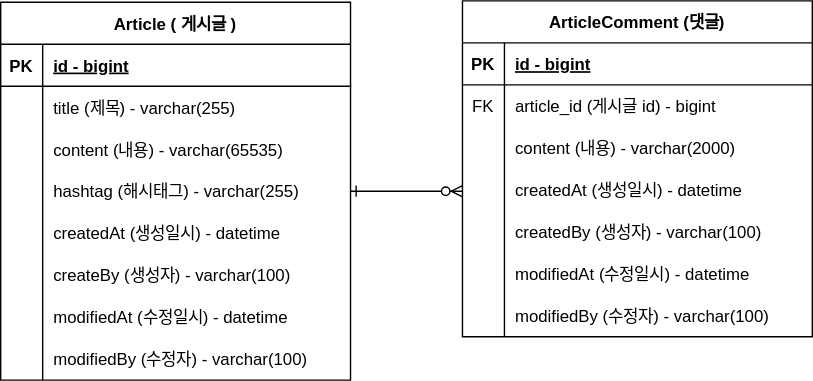
Seo-mihyeon/project-board keeps this draw.io diagram as document/project-board-erd.svg. Above is the earlier version. Source tidied: cells renumbered, new cells last; positions are measured from the earlier drawing's top-left corner, leaving out a move shared by most shapes.
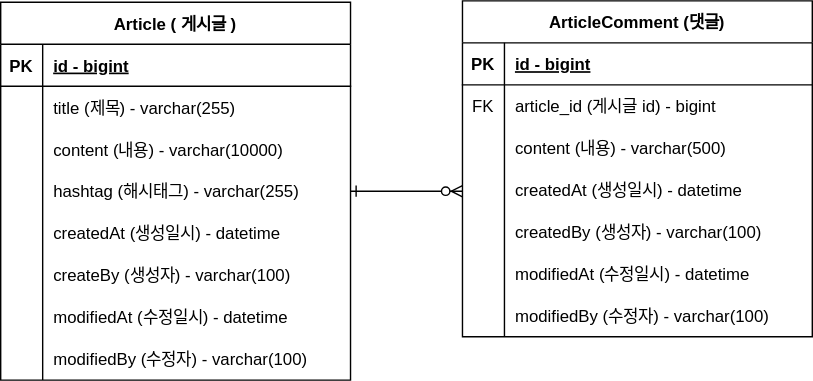
After the change.

Commit message:
#9 - erd 업데이트: content 사이즈 변경

What changed in the source:
```diff
@@ -37,7 +37,7 @@
     <mxCell id="11" style="shape=partialRectangle;overflow=hidden;fillColor=none;top=0;left=0;bottom=0;right=0;" parent="10" vertex="1">
       <mxGeometry width="30" height="30" as="geometry" />
     </mxCell>
-    <mxCell id="12" value="content (내용) - varchar(2000)" style="shape=partialRectangle;overflow=hidden;fillColor=none;top=0;left=0;bottom=0;right=0;align=left;spacingLeft=6;" parent="10" vertex="1">
+    <mxCell id="12" value="content (내용) - varchar(500)" style="shape=partialRectangle;overflow=hidden;fillColor=none;top=0;left=0;bottom=0;right=0;align=left;spacingLeft=6;" parent="10" vertex="1">
       <mxGeometry x="30" width="220" height="30" as="geometry" />
     </mxCell>
     <mxCell id="13" style="shape=partialRectangle;fillColor=none;top=0;left=0;right=0;bottom=0;" parent="3" vertex="1">
@@ -103,7 +103,7 @@
     <mxCell id="33" style="shape=partialRectangle;overflow=hidden;fillColor=none;top=0;left=0;bottom=0;right=0;" parent="32" vertex="1">
       <mxGeometry width="30" height="30" as="geometry" />
     </mxCell>
-    <mxCell id="34" value="content (내용) - varchar(65535)" style="shape=partialRectangle;overflow=hidden;fillColor=none;top=0;left=0;bottom=0;right=0;align=left;spacingLeft=6;" parent="32" vertex="1">
+    <mxCell id="34" value="content (내용) - varchar(10000)" style="shape=partialRectangle;overflow=hidden;fillColor=none;top=0;left=0;bottom=0;right=0;align=left;spacingLeft=6;" parent="32" vertex="1">
       <mxGeometry x="30" width="220" height="30" as="geometry" />
     </mxCell>
     <mxCell id="35" style="shape=partialRectangle;fillColor=none;points=[[0,0.5],[1,0.5]];portConstraint=eastwest;top=0;left=0;right=0;bottom=0;" parent="25" vertex="1">
```
